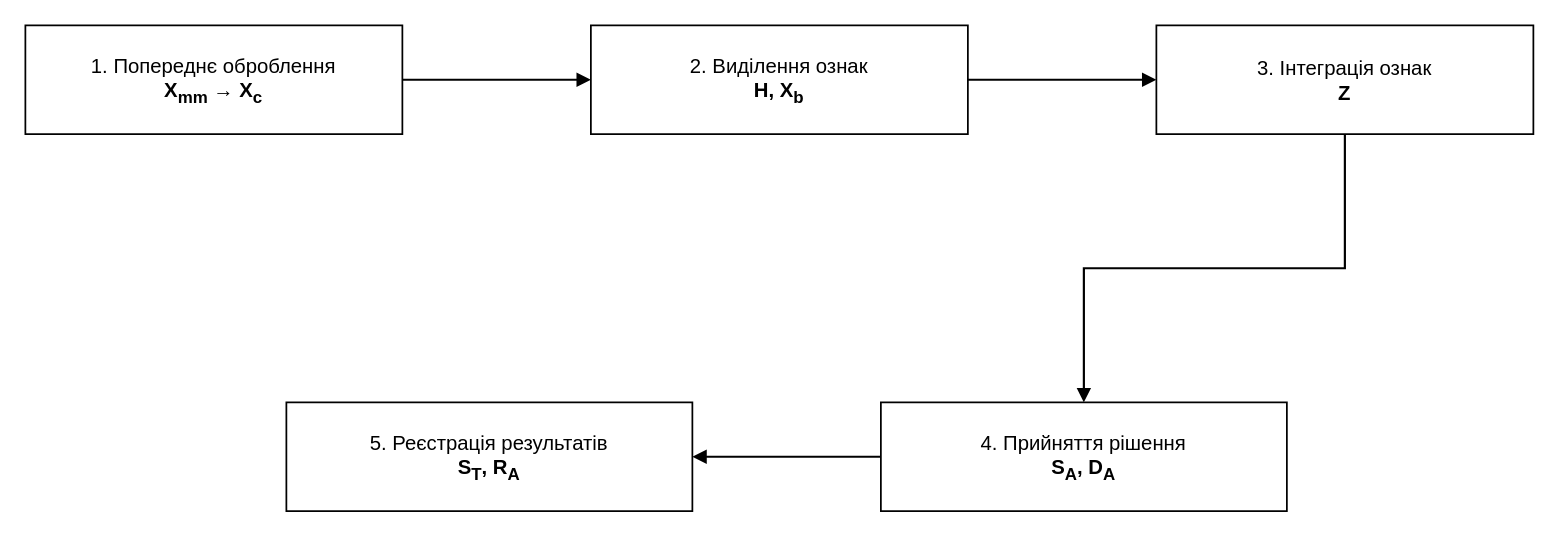
The draw.io diagram title/figures_drawio/fig_3_5_information_technology.drawio in oleksandrmelnychenko/dima-phd, before the edit. Source tidied: cells renumbered, new cells numbered last; positions are measured from the earlier drawing's top-left corner, leaving out a move shared by most shapes. Both pictures are drawn from the tidied source at 145%, with x=0, y=0 at pixel (25, 25).
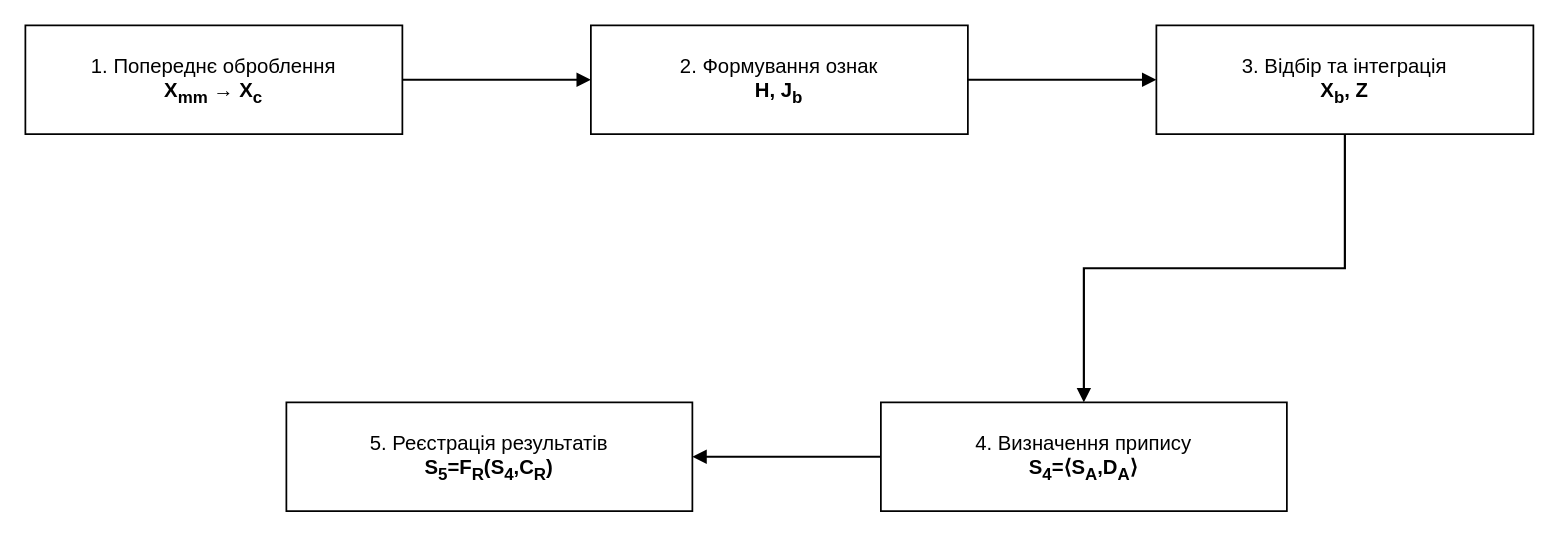
The same page after the edit.

Change to the diagram source:
```diff
@@
 <mxGraphModel>
   <root>
     <mxCell id="0" />
     <mxCell id="1" parent="0" />
     <mxCell id="2" value="1. Попереднє оброблення&lt;br&gt;&lt;b&gt;X&lt;sub&gt;mm&lt;/sub&gt; → X&lt;sub&gt;c&lt;/sub&gt;&lt;/b&gt;" style="rounded=0;whiteSpace=wrap;html=1;fillColor=#ffffff;strokeColor=#000000;strokeWidth=1.2;fontColor=#000000;fontSize=14;align=center;verticalAlign=middle;spacing=8;" parent="1" vertex="1">
       <mxGeometry width="260" height="75" as="geometry" />
     </mxCell>
-    <mxCell id="3" value="2. Виділення ознак&lt;br&gt;&lt;b&gt;H, X&lt;sub&gt;b&lt;/sub&gt;&lt;/b&gt;" style="rounded=0;whiteSpace=wrap;html=1;fillColor=#ffffff;strokeColor=#000000;strokeWidth=1.2;fontColor=#000000;fontSize=14;align=center;verticalAlign=middle;spacing=8;" parent="1" vertex="1">
+    <mxCell id="3" value="2. Формування ознак&lt;br&gt;&lt;b&gt;H, J&lt;sub&gt;b&lt;/sub&gt;&lt;/b&gt;" style="rounded=0;whiteSpace=wrap;html=1;fillColor=#ffffff;strokeColor=#000000;strokeWidth=1.2;fontColor=#000000;fontSize=14;align=center;verticalAlign=middle;spacing=8;" parent="1" vertex="1">
       <mxGeometry x="390" width="260" height="75" as="geometry" />
     </mxCell>
-    <mxCell id="4" value="3. Інтеграція ознак&lt;br&gt;&lt;b&gt;Z&lt;/b&gt;" style="rounded=0;whiteSpace=wrap;html=1;fillColor=#ffffff;strokeColor=#000000;strokeWidth=1.2;fontColor=#000000;fontSize=14;align=center;verticalAlign=middle;spacing=8;" parent="1" vertex="1">
+    <mxCell id="4" value="3. Відбір та інтеграція&lt;br&gt;&lt;b&gt;X&lt;sub&gt;b&lt;/sub&gt;, Z&lt;/b&gt;" style="rounded=0;whiteSpace=wrap;html=1;fillColor=#ffffff;strokeColor=#000000;strokeWidth=1.2;fontColor=#000000;fontSize=14;align=center;verticalAlign=middle;spacing=8;" parent="1" vertex="1">
       <mxGeometry x="780" width="260" height="75" as="geometry" />
     </mxCell>
-    <mxCell id="5" value="4. Прийняття рішення&lt;br&gt;&lt;b&gt;S&lt;sub&gt;A&lt;/sub&gt;, D&lt;sub&gt;A&lt;/sub&gt;&lt;/b&gt;" style="rounded=0;whiteSpace=wrap;html=1;fillColor=#ffffff;strokeColor=#000000;strokeWidth=1.2;fontColor=#000000;fontSize=14;align=center;verticalAlign=middle;spacing=8;" parent="1" vertex="1">
+    <mxCell id="5" value="4. Визначення припису&lt;br&gt;&lt;b&gt;S&lt;sub&gt;4&lt;/sub&gt;=⟨S&lt;sub&gt;A&lt;/sub&gt;,D&lt;sub&gt;A&lt;/sub&gt;⟩&lt;/b&gt;" style="rounded=0;whiteSpace=wrap;html=1;fillColor=#ffffff;strokeColor=#000000;strokeWidth=1.2;fontColor=#000000;fontSize=14;align=center;verticalAlign=middle;spacing=8;" parent="1" vertex="1">
       <mxGeometry x="590" y="260" width="280" height="75" as="geometry" />
     </mxCell>
-    <mxCell id="6" value="5. Реєстрація результатів&lt;br&gt;&lt;b&gt;S&lt;sub&gt;T&lt;/sub&gt;, R&lt;sub&gt;A&lt;/sub&gt;&lt;/b&gt;" style="rounded=0;whiteSpace=wrap;html=1;fillColor=#ffffff;strokeColor=#000000;strokeWidth=1.2;fontColor=#000000;fontSize=14;align=center;verticalAlign=middle;spacing=8;" parent="1" vertex="1">
+    <mxCell id="6" value="5. Реєстрація результатів&lt;br&gt;&lt;b&gt;S&lt;sub&gt;5&lt;/sub&gt;=F&lt;sub&gt;R&lt;/sub&gt;(S&lt;sub&gt;4&lt;/sub&gt;,C&lt;sub&gt;R&lt;/sub&gt;)&lt;/b&gt;" style="rounded=0;whiteSpace=wrap;html=1;fillColor=#ffffff;strokeColor=#000000;strokeWidth=1.2;fontColor=#000000;fontSize=14;align=center;verticalAlign=middle;spacing=8;" parent="1" vertex="1">
       <mxGeometry x="180" y="260" width="280" height="75" as="geometry" />
     </mxCell>
     <mxCell id="7" style="edgeStyle=orthogonalEdgeStyle;rounded=0;jettySize=auto;html=1;endArrow=block;endFill=1;strokeColor=#000000;strokeWidth=1.5;" parent="1" edge="1" source="2" target="3">
       <mxGeometry relative="1" as="geometry" />
     </mxCell>
     <mxCell id="8" style="edgeStyle=orthogonalEdgeStyle;rounded=0;jettySize=auto;html=1;endArrow=block;endFill=1;strokeColor=#000000;strokeWidth=1.5;" parent="1" edge="1" source="3" target="4">
       <mxGeometry relative="1" as="geometry" />
     </mxCell>
     <mxCell id="9" style="edgeStyle=orthogonalEdgeStyle;rounded=0;jettySize=auto;html=1;endArrow=block;endFill=1;strokeColor=#000000;strokeWidth=1.5;" parent="1" edge="1" source="4" target="5">
       <mxGeometry relative="1" as="geometry" />
     </mxCell>
     <mxCell id="10" style="edgeStyle=orthogonalEdgeStyle;rounded=0;jettySize=auto;html=1;endArrow=block;endFill=1;strokeColor=#000000;strokeWidth=1.5;" parent="1" edge="1" source="5" target="6">
       <mxGeometry relative="1" as="geometry" />
     </mxCell>
   </root>
 </mxGraphModel>
```
